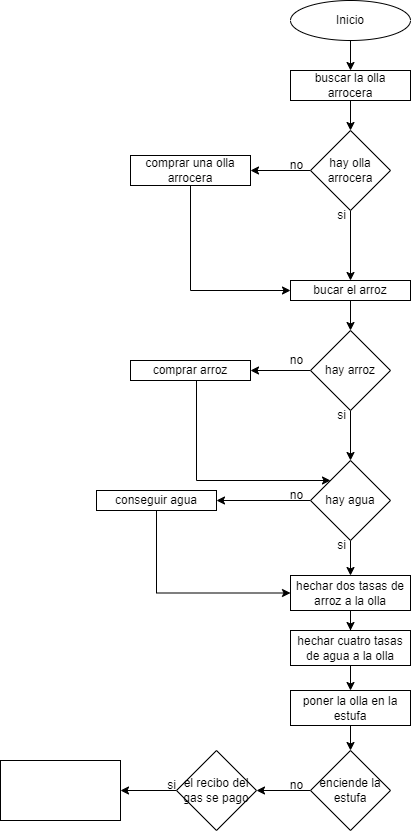
Earlier version of the draw.io export cocinar arroz.drawio.png (dasamepu/platzi-flowcharts-de-la-vida-diaria). Source tidied: cells renumbered, new cells last; positions are measured from the earlier drawing's top-left corner, leaving out a move shared by most shapes.
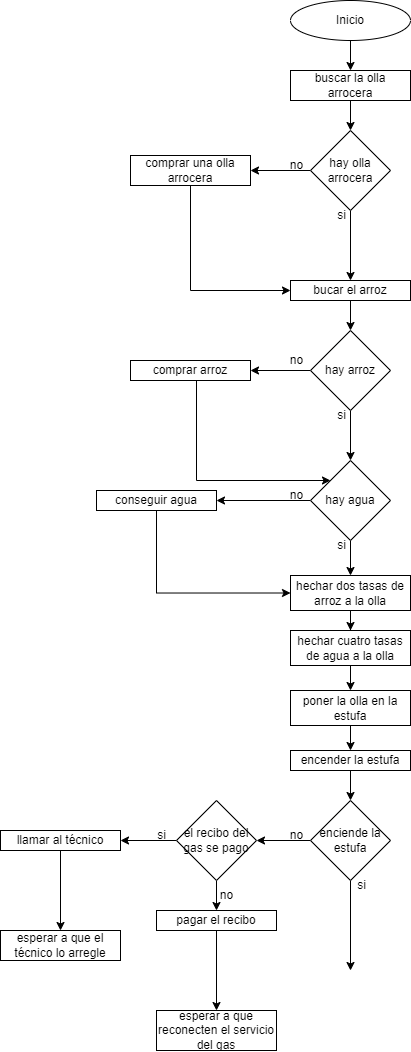
The same file after the commit.

The edit, as a diff of the source:
```diff
@@ -107,32 +107,67 @@
     <mxCell id="32" value="hechar cuatro tasas de agua a la olla" style="whiteSpace=wrap;html=1;" parent="1" vertex="1">
       <mxGeometry x="290" y="630" width="120" height="35" as="geometry" />
     </mxCell>
-    <mxCell id="33" style="edgeStyle=orthogonalEdgeStyle;rounded=0;jettySize=auto;html=1;" parent="1" edge="1" source="34" target="36">
+    <mxCell id="33" style="edgeStyle=orthogonalEdgeStyle;rounded=0;jettySize=auto;html=1;exitX=0.5;exitY=1;exitDx=0;exitDy=0;" parent="1" edge="1" source="51" target="36">
       <mxGeometry relative="1" as="geometry" />
     </mxCell>
+    <mxCell id="42" style="edgeStyle=orthogonalEdgeStyle;rounded=0;jettySize=auto;html=1;" parent="1" edge="1" source="34" target="51">
+      <mxGeometry relative="1" as="geometry" />
+    </mxCell>
     <mxCell id="34" value="poner la olla en la estufa" style="whiteSpace=wrap;html=1;" parent="1" vertex="1">
       <mxGeometry x="290" y="690" width="120" height="35" as="geometry" />
     </mxCell>
     <mxCell id="35" style="edgeStyle=orthogonalEdgeStyle;rounded=0;jettySize=auto;html=1;" parent="1" edge="1" source="36" target="39">
       <mxGeometry relative="1" as="geometry" />
     </mxCell>
+    <mxCell id="43" style="edgeStyle=orthogonalEdgeStyle;rounded=0;jettySize=auto;html=1;" parent="1" edge="1" source="36">
+      <mxGeometry relative="1" as="geometry">
+        <mxPoint x="350" y="970" as="targetPoint" />
+      </mxGeometry>
+    </mxCell>
     <mxCell id="36" value="enciende la estufa" style="rhombus;whiteSpace=wrap;html=1;" parent="1" vertex="1">
-      <mxGeometry x="310" y="750" width="80" height="80" as="geometry" />
+      <mxGeometry x="310" y="800" width="80" height="80" as="geometry" />
     </mxCell>
     <mxCell id="37" value="no" style="text;html=1;align=center;verticalAlign=middle;strokeColor=none;fillColor=none;" parent="1" vertex="1">
-      <mxGeometry x="276" y="770" width="40" height="30" as="geometry" />
+      <mxGeometry x="276" y="820" width="40" height="30" as="geometry" />
     </mxCell>
     <mxCell id="38" style="edgeStyle=orthogonalEdgeStyle;rounded=0;jettySize=auto;html=1;" parent="1" edge="1" source="39" target="40">
       <mxGeometry relative="1" as="geometry" />
     </mxCell>
+    <mxCell id="44" style="edgeStyle=orthogonalEdgeStyle;rounded=0;jettySize=auto;html=1;" parent="1" edge="1" source="39" target="48">
+      <mxGeometry relative="1" as="geometry" />
+    </mxCell>
     <mxCell id="39" value="el recibo del gas se pago" style="rhombus;whiteSpace=wrap;html=1;" parent="1" vertex="1">
-      <mxGeometry x="176" y="750" width="80" height="80" as="geometry" />
+      <mxGeometry x="176" y="800" width="80" height="80" as="geometry" />
     </mxCell>
+    <mxCell id="45" style="edgeStyle=orthogonalEdgeStyle;rounded=0;jettySize=auto;html=1;" parent="1" edge="1" source="40" target="46">
+      <mxGeometry relative="1" as="geometry" />
+    </mxCell>
-    <mxCell id="40" style="whiteSpace=wrap;html=1;" parent="1" vertex="1">
-      <mxGeometry y="760" width="120" height="60" as="geometry" />
+    <mxCell id="40" value="llamar al técnico" style="whiteSpace=wrap;html=1;" parent="1" vertex="1">
+      <mxGeometry y="830" width="120" height="20" as="geometry" />
     </mxCell>
     <mxCell id="41" value="si" style="text;html=1;align=center;verticalAlign=middle;strokeColor=none;fillColor=none;" parent="1" vertex="1">
-      <mxGeometry x="156" y="770" width="30" height="30" as="geometry" />
+      <mxGeometry x="146" y="820" width="30" height="30" as="geometry" />
     </mxCell>
+    <mxCell id="46" value="esperar a que el técnico lo arregle" style="whiteSpace=wrap;html=1;" parent="1" vertex="1">
+      <mxGeometry y="930" width="120" height="30" as="geometry" />
+    </mxCell>
+    <mxCell id="47" style="edgeStyle=orthogonalEdgeStyle;rounded=0;jettySize=auto;html=1;" parent="1" edge="1" source="48" target="50">
+      <mxGeometry relative="1" as="geometry" />
+    </mxCell>
+    <mxCell id="48" value="pagar el recibo" style="whiteSpace=wrap;html=1;" parent="1" vertex="1">
+      <mxGeometry x="156" y="910" width="120" height="20" as="geometry" />
+    </mxCell>
+    <mxCell id="49" value="no" style="text;html=1;align=center;verticalAlign=middle;strokeColor=none;fillColor=none;" parent="1" vertex="1">
+      <mxGeometry x="206" y="880" width="40" height="30" as="geometry" />
+    </mxCell>
+    <mxCell id="50" value="esperar a que reconecten el servicio del gas" style="whiteSpace=wrap;html=1;" parent="1" vertex="1">
+      <mxGeometry x="156" y="1010" width="120" height="40" as="geometry" />
+    </mxCell>
+    <mxCell id="51" value="encender la estufa" style="whiteSpace=wrap;html=1;" parent="1" vertex="1">
+      <mxGeometry x="290" y="750" width="120" height="20" as="geometry" />
+    </mxCell>
+    <mxCell id="52" value="si" style="text;html=1;align=center;verticalAlign=middle;strokeColor=none;fillColor=none;" parent="1" vertex="1">
+      <mxGeometry x="346" y="870" width="30" height="30" as="geometry" />
+    </mxCell>
   </root>
 </mxGraphModel>
```
